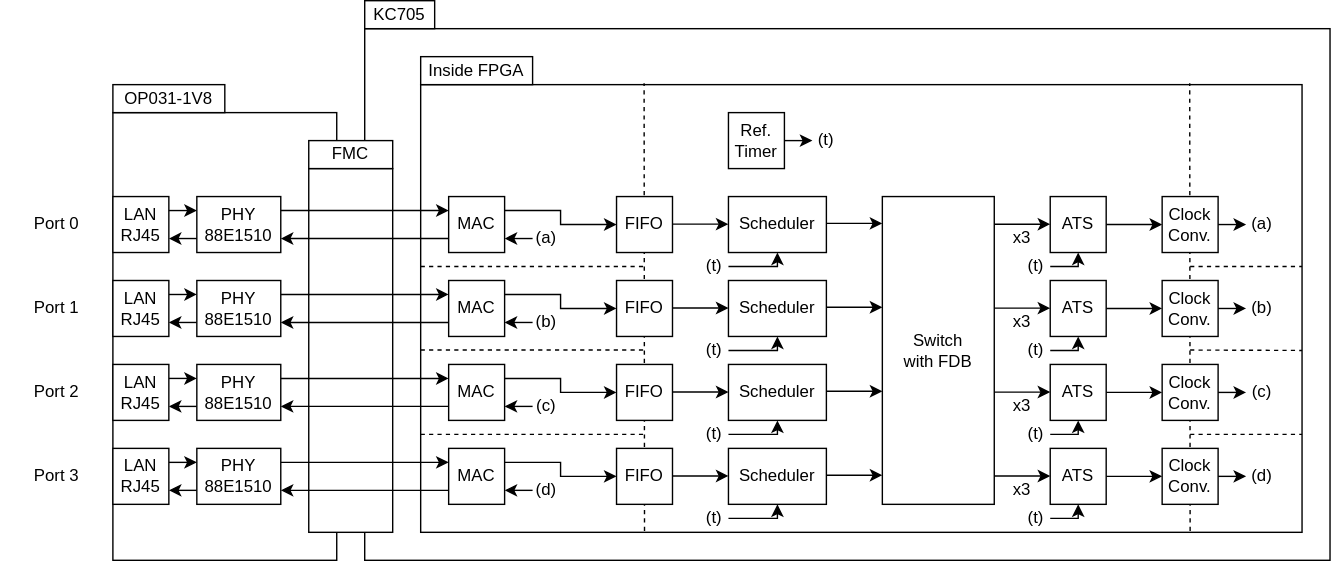
Above: docs/ats-switch/img/overwiew_ats-switch.drawio.svg in CCIRT/aist-tsn-switch (draw.io), before the change. Source tidied: cells renumbered, new cells last; positions are measured from the earlier drawing's top-left corner, leaving out a move shared by most shapes.
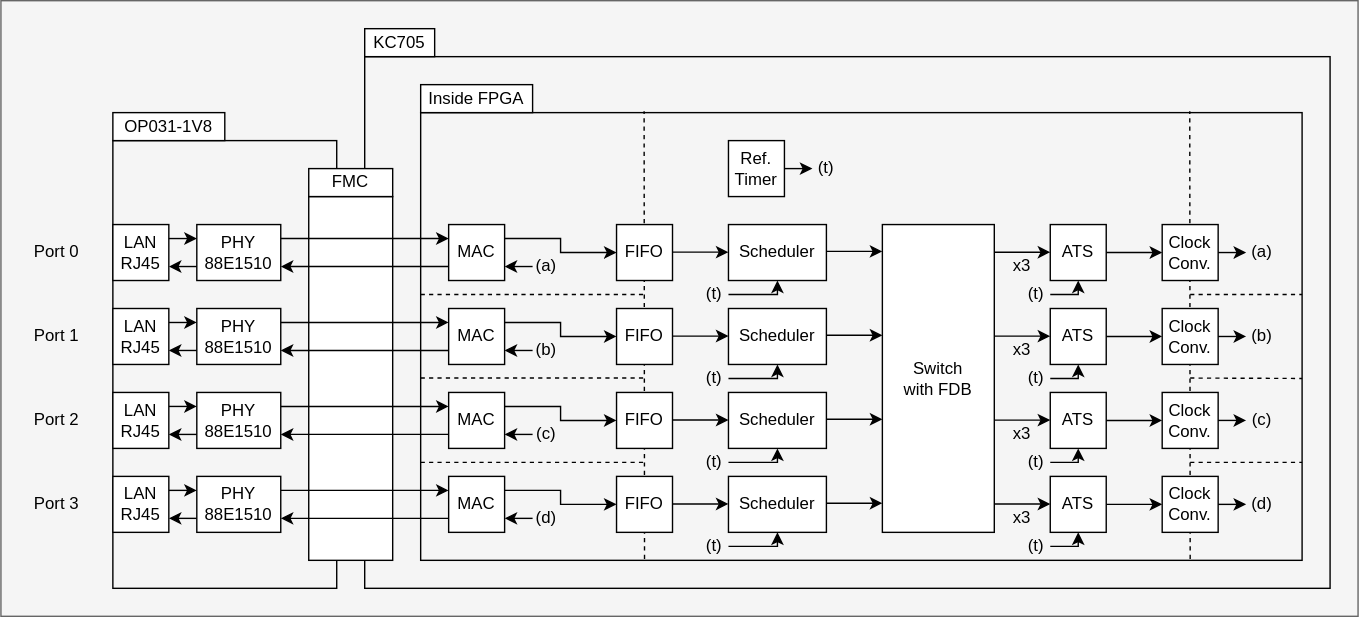
The same diagram one commit later.

The edit, as a diff of the source:
```diff
@@ -2,6 +2,9 @@
   <root>
     <mxCell id="0" />
     <mxCell id="1" parent="0" />
+    <mxCell id="127" style="rounded=0;whiteSpace=wrap;html=1;fillColor=#f5f5f5;fontColor=#333333;strokeColor=#666666;" parent="1" vertex="1">
+      <mxGeometry y="-20" width="970" height="440" as="geometry" />
+    </mxCell>
     <mxCell id="2" style="rounded=0;whiteSpace=wrap;html=1;fillColor=none;" parent="1" vertex="1">
       <mxGeometry x="260" y="20" width="690" height="380" as="geometry" />
     </mxCell>
```
